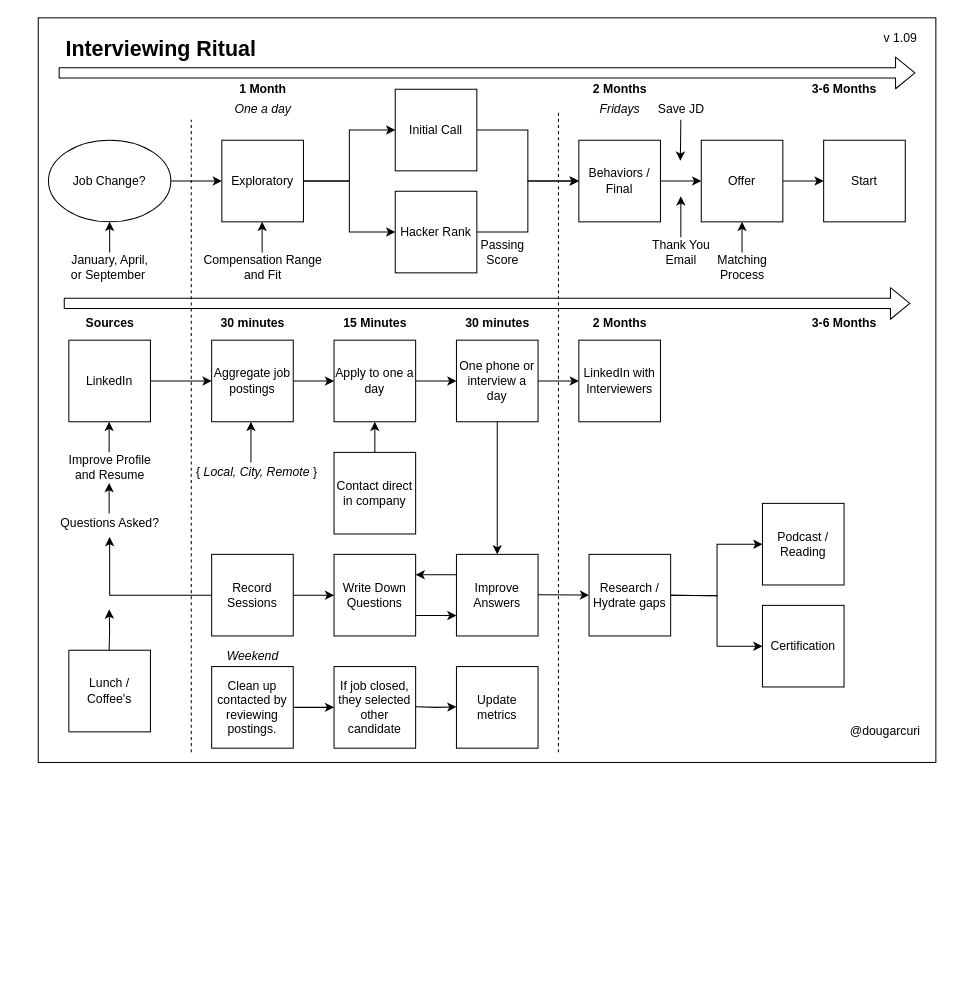
This is interviews/diagrams/interviewing-ritual.drawio from solidi/learning-notes, a draw.io file, before an edit. Source tidied: cells renumbered, new cells numbered last; positions are measured from the earlier drawing's top-left corner, leaving out a move shared by most shapes. Both pictures are drawn from the tidied source at 102%, with x=0, y=0 at pixel (38, 17).
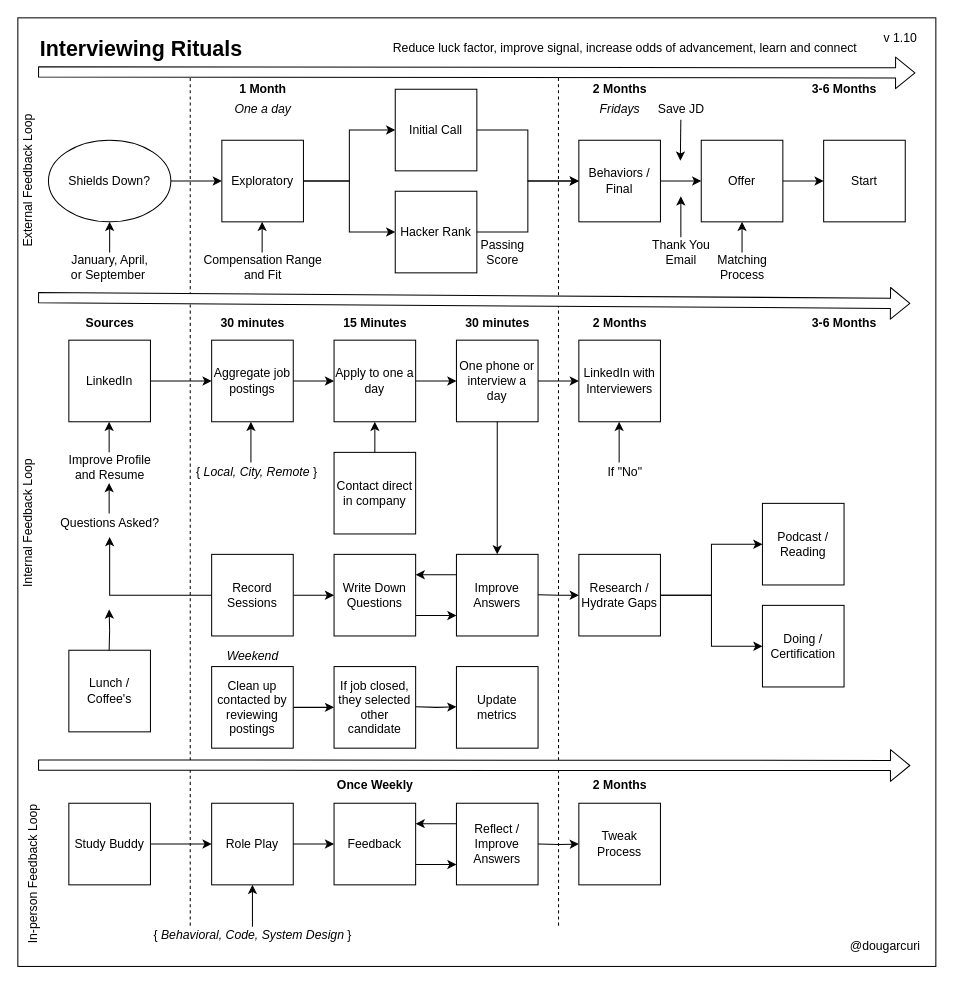
The same page after the edit.

Commit message (it also covers changes not shown here):
Create slogan, add in-person feedback loop

Unchanged cells that the change refers to:
```xml
<mxCell id="82" value="Podcast / Reading" style="whiteSpace=wrap;html=1;" parent="1" vertex="1">
  <mxGeometry x="710" y="476" width="80" height="80" as="geometry" />
</mxCell>
```

Diff of the diagram source:
```diff
@@
     <mxCell id="2" style="rounded=0;whiteSpace=wrap;html=1;fillColor=none;" parent="1" vertex="1">
-      <mxGeometry width="880" height="730" as="geometry" />
+      <mxGeometry x="-20" width="900" height="930" as="geometry" />
     </mxCell>
@@
-    <mxCell id="4" value="Job Change?" style="ellipse;whiteSpace=wrap;html=1;" parent="1" vertex="1">
+    <mxCell id="4" value="Shields Down?" style="ellipse;whiteSpace=wrap;html=1;" parent="1" vertex="1">
       <mxGeometry x="10" y="120" width="120" height="80" as="geometry" />
     </mxCell>
@@
-    <mxCell id="15" value="&lt;font style=&quot;font-size: 21px&quot;&gt;&lt;b&gt;Interviewing Ritual&lt;/b&gt;&lt;/font&gt;" style="text;html=1;align=center;verticalAlign=middle;" parent="1" vertex="1">
-      <mxGeometry x="20" y="20" width="200" height="20" as="geometry" />
+    <mxCell id="15" value="&lt;font style=&quot;font-size: 21px&quot;&gt;&lt;b&gt;Interviewing Rituals&lt;/b&gt;&lt;/font&gt;" style="text;html=1;align=left;verticalAlign=middle;" parent="1" vertex="1">
+      <mxGeometry y="20" width="210" height="20" as="geometry" />
     </mxCell>
@@
-    <mxCell id="29" style="endArrow=none;dashed=1;html=1;" parent="1" edge="1">
-      <mxGeometry relative="1" as="geometry">
-        <mxPoint x="150" y="720" as="sourcePoint" />
-        <mxPoint x="150" y="100" as="targetPoint" />
-      </mxGeometry>
-    </mxCell>
-    <mxCell id="30" style="shape=flexArrow;endArrow=classic;html=1;" parent="1" edge="1">
-      <mxGeometry relative="1" as="geometry">
-        <mxPoint x="20" y="54" as="sourcePoint" />
-        <mxPoint x="860" y="54" as="targetPoint" />
-      </mxGeometry>
-    </mxCell>
@@
-    <mxCell id="32" style="endArrow=none;dashed=1;html=1;" parent="1" edge="1">
+    <mxCell id="32" style="endArrow=none;dashed=1;html=1;exitX=0.589;exitY=0.957;exitDx=0;exitDy=0;exitPerimeter=0;" parent="1" edge="1" source="2">
       <mxGeometry relative="1" as="geometry">
-        <mxPoint x="510" y="720" as="sourcePoint" />
-        <mxPoint x="510" y="90" as="targetPoint" />
+        <mxPoint x="510" y="59" as="targetPoint" />
       </mxGeometry>
     </mxCell>
@@
-    <mxCell id="39" value="Clean up contacted by reviewing postings." style="whiteSpace=wrap;html=1;" parent="1" vertex="1">
+    <mxCell id="39" value="Clean up contacted by reviewing postings" style="whiteSpace=wrap;html=1;" parent="1" vertex="1">
       <mxGeometry x="170" y="636" width="80" height="80" as="geometry" />
     </mxCell>
@@
     <mxCell id="49" value="@dougarcuri" style="text;html=1;align=center;verticalAlign=middle;" parent="1" vertex="1">
-      <mxGeometry x="790" y="690" width="80" height="20" as="geometry" />
+      <mxGeometry x="790" y="900" width="80" height="20" as="geometry" />
     </mxCell>
-    <mxCell id="50" value="v 1.09" style="text;html=1;align=center;verticalAlign=middle;" parent="1" vertex="1">
+    <mxCell id="50" value="v 1.10" style="text;html=1;align=center;verticalAlign=middle;" parent="1" vertex="1">
       <mxGeometry x="820" y="10" width="50" height="20" as="geometry" />
     </mxCell>
@@
-    <mxCell id="59" style="shape=flexArrow;endArrow=classic;html=1;" parent="1" edge="1">
-      <mxGeometry relative="1" as="geometry">
-        <mxPoint x="25" y="280" as="sourcePoint" />
-        <mxPoint x="855" y="280" as="targetPoint" />
-      </mxGeometry>
-    </mxCell>
@@
-    <mxCell id="78" value="Research / Hydrate gaps" style="whiteSpace=wrap;html=1;" parent="1" vertex="1">
-      <mxGeometry x="540" y="526" width="80" height="80" as="geometry" />
+    <mxCell id="78" value="Research / Hydrate Gaps" style="whiteSpace=wrap;html=1;" parent="1" vertex="1">
+      <mxGeometry x="530" y="526" width="80" height="80" as="geometry" />
     </mxCell>
@@
-    <mxCell id="80" style="edgeStyle=orthogonalEdgeStyle;rounded=0;jettySize=auto;html=1;exitX=1;exitY=0.5;exitDx=0;exitDy=0;entryX=0;entryY=0.5;entryDx=0;entryDy=0;" parent="1" edge="1" target="83">
-      <mxGeometry relative="1" as="geometry">
-        <mxPoint x="620" y="566" as="sourcePoint" />
-      </mxGeometry>
+    <mxCell id="80" style="edgeStyle=orthogonalEdgeStyle;rounded=0;jettySize=auto;html=1;exitX=1;exitY=0.5;exitDx=0;exitDy=0;entryX=0;entryY=0.5;entryDx=0;entryDy=0;" parent="1" edge="1" source="78" target="83">
+      <mxGeometry relative="1" as="geometry" />
     </mxCell>
-    <mxCell id="81" style="edgeStyle=orthogonalEdgeStyle;rounded=0;jettySize=auto;html=1;exitX=1;exitY=0.5;exitDx=0;exitDy=0;entryX=0;entryY=0.5;entryDx=0;entryDy=0;" parent="1" edge="1" target="82">
-      <mxGeometry relative="1" as="geometry">
-        <mxPoint x="620" y="566" as="sourcePoint" />
-      </mxGeometry>
+    <mxCell id="81" style="edgeStyle=orthogonalEdgeStyle;rounded=0;jettySize=auto;html=1;exitX=1;exitY=0.5;exitDx=0;exitDy=0;entryX=0;entryY=0.5;entryDx=0;entryDy=0;" parent="1" edge="1" source="78" target="82">
+      <mxGeometry relative="1" as="geometry" />
     </mxCell>
@@
-    <mxCell id="83" value="Certification" style="whiteSpace=wrap;html=1;" parent="1" vertex="1">
+    <mxCell id="83" value="Doing / Certification" style="whiteSpace=wrap;html=1;" parent="1" vertex="1">
       <mxGeometry x="710" y="576" width="80" height="80" as="geometry" />
     </mxCell>
@@
+    <mxCell id="85" value="Internal Feedback Loop" style="text;html=1;align=center;verticalAlign=middle;rotation=-90;" parent="1" vertex="1">
+      <mxGeometry x="-80" y="486" width="140" height="20" as="geometry" />
+    </mxCell>
+    <mxCell id="86" value="External Feedback Loop" style="text;html=1;align=center;verticalAlign=middle;rotation=-90;" parent="1" vertex="1">
+      <mxGeometry x="-85" y="150" width="150" height="20" as="geometry" />
+    </mxCell>
+    <mxCell id="87" value="&lt;b&gt;Once Weekly&lt;/b&gt;" style="text;html=1;align=center;verticalAlign=middle;" parent="1" vertex="1">
+      <mxGeometry x="285" y="743" width="90" height="20" as="geometry" />
+    </mxCell>
+    <mxCell id="88" style="endArrow=none;dashed=1;html=1;" parent="1" edge="1">
+      <mxGeometry relative="1" as="geometry">
+        <mxPoint x="149" y="890" as="sourcePoint" />
+        <mxPoint x="149" y="55" as="targetPoint" />
+      </mxGeometry>
+    </mxCell>
+    <mxCell id="30" style="shape=flexArrow;endArrow=classic;html=1;fillColor=#ffffff;exitX=0.022;exitY=0.057;exitDx=0;exitDy=0;exitPerimeter=0;" parent="1" edge="1" source="2">
+      <mxGeometry relative="1" as="geometry">
+        <mxPoint x="860" y="54" as="targetPoint" />
+      </mxGeometry>
+    </mxCell>
+    <mxCell id="89" style="shape=flexArrow;endArrow=classic;html=1;fillColor=#ffffff;exitX=0.022;exitY=0.768;exitDx=0;exitDy=0;exitPerimeter=0;" parent="1" edge="1">
+      <mxGeometry relative="1" as="geometry">
+        <mxPoint x="-0.2" y="732.6" as="sourcePoint" />
+        <mxPoint x="855" y="733" as="targetPoint" />
+      </mxGeometry>
+    </mxCell>
+    <mxCell id="59" style="shape=flexArrow;endArrow=classic;html=1;fillColor=#ffffff;exitX=0.022;exitY=0.295;exitDx=0;exitDy=0;exitPerimeter=0;" parent="1" edge="1" source="2">
+      <mxGeometry relative="1" as="geometry">
+        <mxPoint x="855" y="280" as="targetPoint" />
+      </mxGeometry>
+    </mxCell>
+    <mxCell id="90" value="Reduce luck factor, improve signal, increase odds of advancement, learn and connect" style="text;html=1;align=center;verticalAlign=middle;" parent="1" vertex="1">
+      <mxGeometry x="340" y="20" width="470" height="20" as="geometry" />
+    </mxCell>
+    <mxCell id="91" style="endArrow=classic;html=1;" parent="1" edge="1">
+      <mxGeometry relative="1" as="geometry">
+        <mxPoint x="569.5" y="436" as="sourcePoint" />
+        <mxPoint x="569.5" y="396" as="targetPoint" />
+      </mxGeometry>
+    </mxCell>
+    <mxCell id="92" value="If &quot;No&quot;" style="text;html=1;align=center;verticalAlign=middle;" parent="1" vertex="1">
+      <mxGeometry x="550" y="436" width="50" height="20" as="geometry" />
+    </mxCell>
+    <mxCell id="93" value="In-person Feedback Loop" style="text;html=1;align=center;verticalAlign=middle;rotation=-90;" parent="1" vertex="1">
+      <mxGeometry x="-80" y="830" width="150" height="20" as="geometry" />
+    </mxCell>
+    <mxCell id="94" style="edgeStyle=orthogonalEdgeStyle;rounded=0;jettySize=auto;html=1;exitX=1;exitY=0.5;exitDx=0;exitDy=0;entryX=0;entryY=0.5;entryDx=0;entryDy=0;fillColor=#ffffff;" parent="1" edge="1" source="95" target="96">
+      <mxGeometry relative="1" as="geometry" />
+    </mxCell>
+    <mxCell id="95" value="Study Buddy" style="whiteSpace=wrap;html=1;" parent="1" vertex="1">
+      <mxGeometry x="30" y="770" width="80" height="80" as="geometry" />
+    </mxCell>
+    <mxCell id="96" value="Role Play" style="whiteSpace=wrap;html=1;" parent="1" vertex="1">
+      <mxGeometry x="170" y="770" width="80" height="80" as="geometry" />
+    </mxCell>
+    <mxCell id="97" style="endArrow=classic;html=1;exitX=0.5;exitY=0.05;exitDx=0;exitDy=0;exitPerimeter=0;entryX=0.5;entryY=1;entryDx=0;entryDy=0;" parent="1" edge="1" source="98" target="96">
+      <mxGeometry relative="1" as="geometry" />
+    </mxCell>
+    <mxCell id="98" value="{&amp;nbsp;&lt;i&gt;Behavioral, Code, System Design&lt;/i&gt;&amp;nbsp;}" style="text;html=1;align=center;verticalAlign=middle;points=[];" parent="1" vertex="1">
+      <mxGeometry x="105" y="890" width="210" height="20" as="geometry" />
+    </mxCell>
+    <mxCell id="99" style="edgeStyle=orthogonalEdgeStyle;rounded=0;jettySize=auto;html=1;entryX=0;entryY=0.5;entryDx=0;entryDy=0;exitX=1;exitY=0.5;exitDx=0;exitDy=0;" parent="1" edge="1" source="96" target="103">
+      <mxGeometry relative="1" as="geometry" />
+    </mxCell>
+    <mxCell id="100" style="edgeStyle=orthogonalEdgeStyle;rounded=0;jettySize=auto;html=1;exitX=0;exitY=0.25;exitDx=0;exitDy=0;entryX=1;entryY=0.25;entryDx=0;entryDy=0;" parent="1" edge="1" source="101" target="103">
+      <mxGeometry relative="1" as="geometry" />
+    </mxCell>
+    <mxCell id="101" value="Reflect / Improve Answers" style="whiteSpace=wrap;html=1;" parent="1" vertex="1">
+      <mxGeometry x="410" y="770" width="80" height="80" as="geometry" />
+    </mxCell>
+    <mxCell id="102" style="edgeStyle=orthogonalEdgeStyle;rounded=0;jettySize=auto;html=1;exitX=1;exitY=0.75;exitDx=0;exitDy=0;entryX=0;entryY=0.75;entryDx=0;entryDy=0;" parent="1" edge="1" source="103" target="101">
+      <mxGeometry relative="1" as="geometry" />
+    </mxCell>
+    <mxCell id="103" value="Feedback" style="whiteSpace=wrap;html=1;" parent="1" vertex="1">
+      <mxGeometry x="290" y="770" width="80" height="80" as="geometry" />
+    </mxCell>
+    <mxCell id="104" value="&lt;b&gt;2 Months&lt;/b&gt;" style="text;html=1;align=center;verticalAlign=middle;" parent="1" vertex="1">
+      <mxGeometry x="535" y="743" width="70" height="20" as="geometry" />
+    </mxCell>
+    <mxCell id="105" style="edgeStyle=orthogonalEdgeStyle;rounded=0;jettySize=auto;html=1;exitX=1;exitY=0.5;exitDx=0;exitDy=0;entryX=0;entryY=0.5;entryDx=0;entryDy=0;" parent="1" edge="1" target="106">
+      <mxGeometry relative="1" as="geometry">
+        <mxPoint x="490" y="810" as="sourcePoint" />
+      </mxGeometry>
+    </mxCell>
+    <mxCell id="106" value="Tweak Process" style="whiteSpace=wrap;html=1;" parent="1" vertex="1">
+      <mxGeometry x="530" y="770" width="80" height="80" as="geometry" />
+    </mxCell>
```
